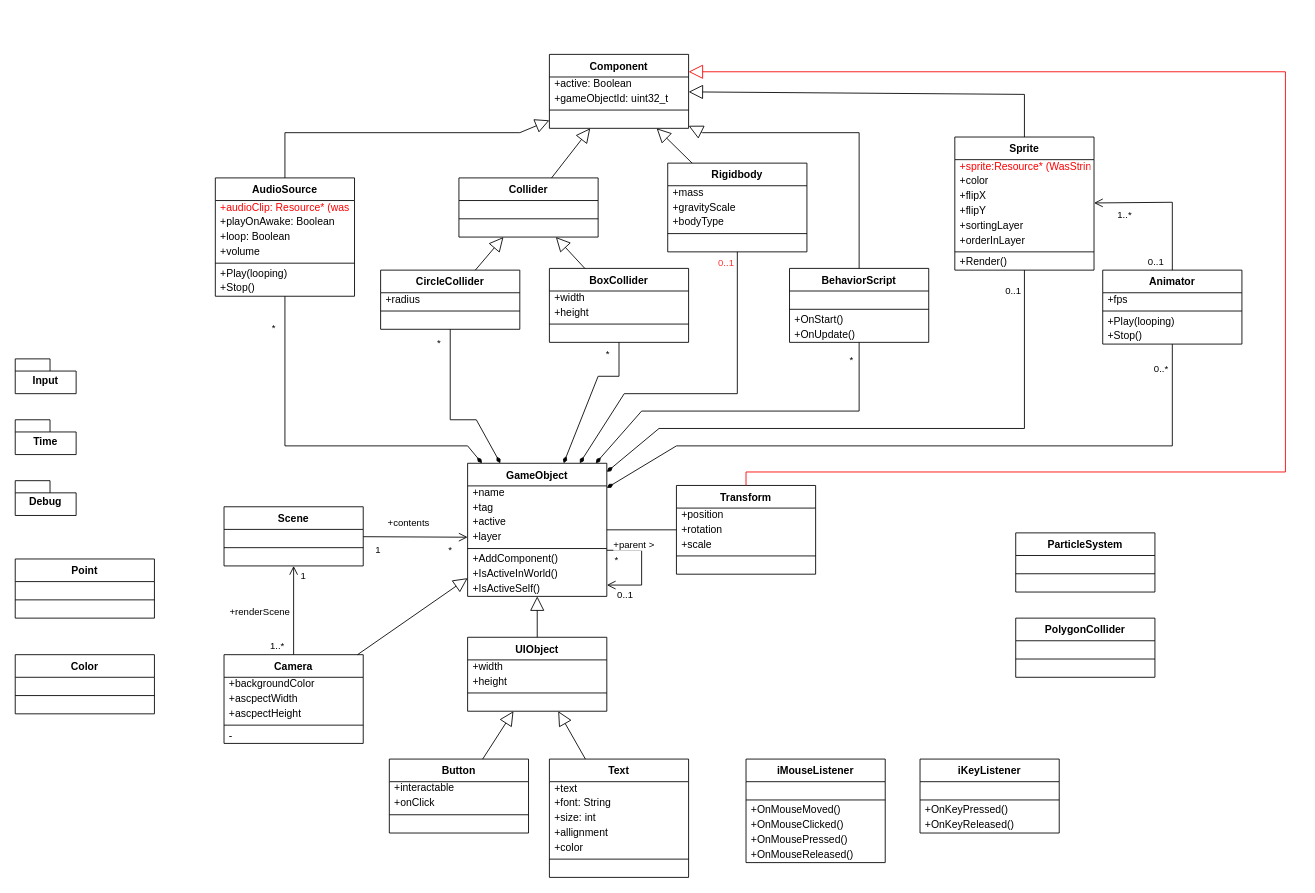
lonkaars/crepe-docs keeps this draw.io diagram as page "Main diagram" (1 of 3) of figs.drawio. Above is the earlier version. Source tidied: cells renumbered, new cells numbered last; positions are measured from the earlier drawing's top-left corner, leaving out a move shared by most shapes. Both pictures are drawn from the tidied source at 87%, with x=0, y=0 at pixel (15, 54).
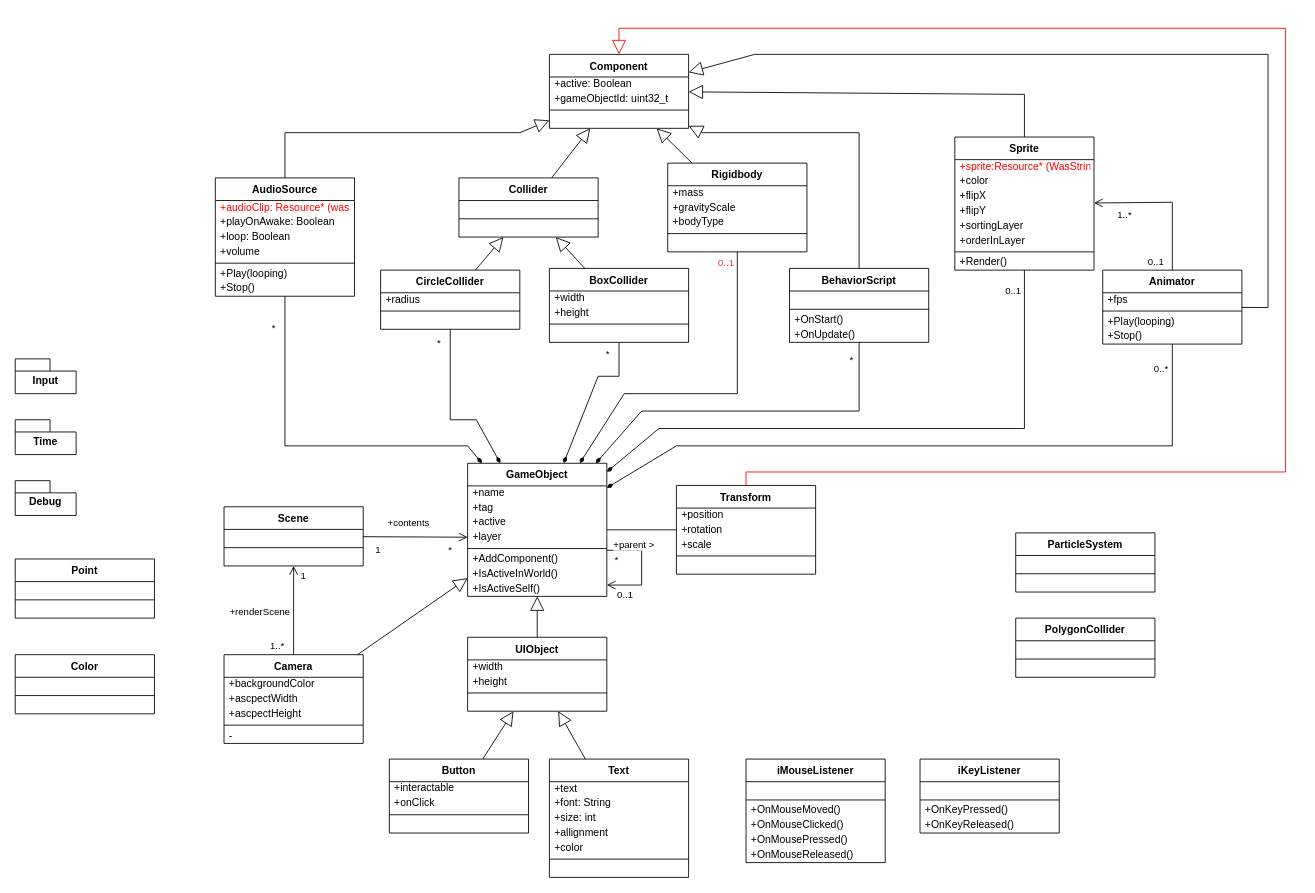
The same diagram, later.

Unchanged cells that the change refers to:
```xml
<mxCell id="55" value="Transform" style="swimlane;fontStyle=1;align=center;verticalAlign=top;horizontal=1;startSize=26;rounded=0;shadow=0;strokeWidth=1;direction=east;" parent="1" vertex="1">
  <mxGeometry x="760" y="495.5" width="160" height="102" as="geometry" />
</mxCell>
<mxCell id="106" value="Component" style="swimlane;fontStyle=1;align=center;verticalAlign=top;horizontal=1;startSize=26;rounded=0;shadow=0;strokeWidth=1;direction=east;" parent="1" vertex="1">
  <mxGeometry x="614" width="160" height="85" as="geometry" />
</mxCell>
<mxCell id="131" value="Animator" style="swimlane;fontStyle=1;align=center;verticalAlign=top;horizontal=1;startSize=26;rounded=0;shadow=0;strokeWidth=1;direction=east;" parent="1" vertex="1">
  <mxGeometry x="1250" y="248" width="160" height="85" as="geometry" />
</mxCell>
```

The edit, as a diff of the source:
```diff
@@
     <mxCell id="168" style="endArrow=block;html=1;rounded=0;endFill=0;strokeWidth=1;endSize=14;edgeStyle=orthogonalEdgeStyle;fontColor=#FF0000;strokeColor=#fa0000;" parent="1" edge="1" source="55" target="106">
       <mxGeometry relative="1" as="geometry">
         <Array as="points">
           <mxPoint x="840" y="480" />
           <mxPoint x="1460" y="480" />
-          <mxPoint x="1460" y="20" />
+          <mxPoint x="1460" y="-30" />
+          <mxPoint x="694" y="-30" />
         </Array>
       </mxGeometry>
     </mxCell>
+    <mxCell id="169" style="endArrow=block;html=1;rounded=0;endFill=0;strokeWidth=1;endSize=14;" parent="1" edge="1" source="131" target="106">
+      <mxGeometry relative="1" as="geometry">
+        <Array as="points">
+          <mxPoint x="1440" y="291" />
+          <mxPoint x="1440" />
+          <mxPoint x="850" />
+        </Array>
+      </mxGeometry>
+    </mxCell>
```
